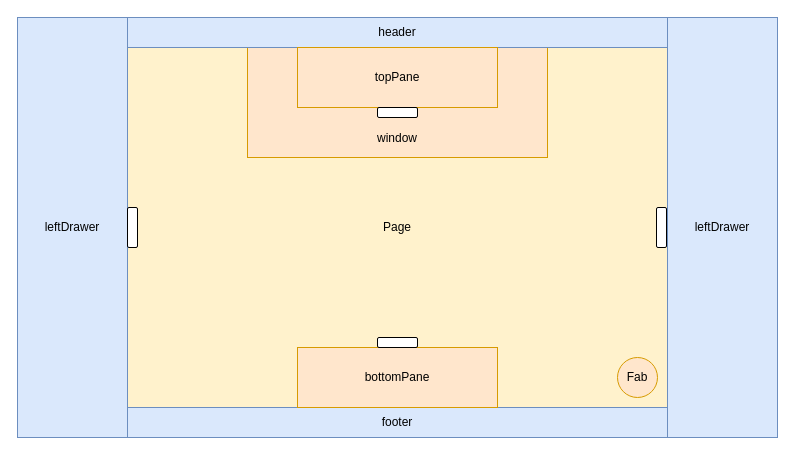
Above: page "Old" (1 of 2) of docs/assets/layout.drawio in kalisio/kdk (draw.io), before the change. Source tidied: cells renumbered, new cells numbered last; positions are measured from the earlier drawing's top-left corner, leaving out a move shared by most shapes. Both pictures are drawn from the tidied source at 100%, with x=0, y=0 at pixel (17, 17).
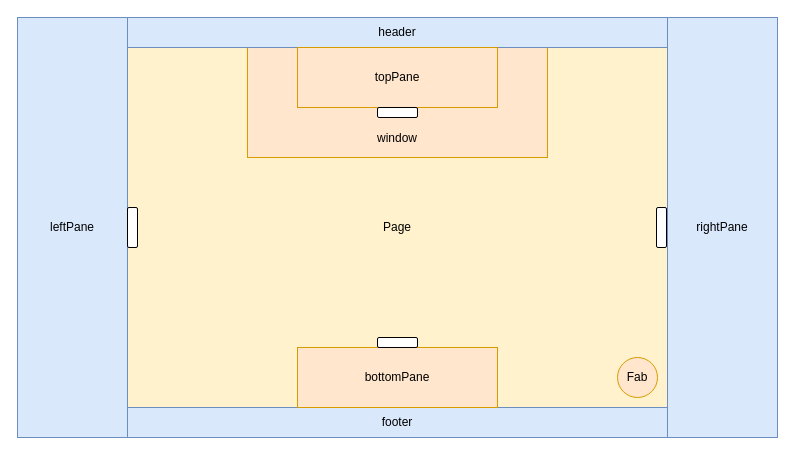
After the change.

Commit message (it also covers changes not shown here):
wip: provide theming guideline #285

Diff of the diagram source:
```diff
@@
 <mxGraphModel>
   <root>
     <mxCell id="0" />
     <mxCell id="1" parent="0" />
     <mxCell id="2" value="Page" style="rounded=0;whiteSpace=wrap;html=1;fillColor=#fff2cc;strokeColor=#d6b656;" parent="1" vertex="1">
       <mxGeometry x="110" y="30" width="540" height="360" as="geometry" />
     </mxCell>
     <mxCell id="3" value="&lt;br&gt;&lt;br&gt;&lt;br&gt;&lt;br&gt;&lt;br&gt;window" style="rounded=0;whiteSpace=wrap;html=1;fillColor=#ffe6cc;strokeColor=#d79b00;" parent="1" vertex="1">
       <mxGeometry x="230" y="30" width="300" height="110" as="geometry" />
     </mxCell>
     <mxCell id="4" value="header" style="rounded=0;whiteSpace=wrap;html=1;fillColor=#dae8fc;strokeColor=#6c8ebf;" parent="1" vertex="1">
       <mxGeometry x="110" width="540" height="30" as="geometry" />
     </mxCell>
     <mxCell id="5" value="footer" style="rounded=0;whiteSpace=wrap;html=1;fillColor=#dae8fc;strokeColor=#6c8ebf;" parent="1" vertex="1">
       <mxGeometry x="110" y="390" width="540" height="30" as="geometry" />
     </mxCell>
-    <mxCell id="6" value="leftDrawer" style="rounded=0;whiteSpace=wrap;html=1;fillColor=#dae8fc;strokeColor=#6c8ebf;" parent="1" vertex="1">
+    <mxCell id="6" value="leftPane" style="rounded=0;whiteSpace=wrap;html=1;fillColor=#dae8fc;strokeColor=#6c8ebf;" parent="1" vertex="1">
       <mxGeometry width="110" height="420" as="geometry" />
     </mxCell>
     <mxCell id="7" value="topPane" style="rounded=0;whiteSpace=wrap;html=1;fillColor=#ffe6cc;strokeColor=#d79b00;" parent="1" vertex="1">
       <mxGeometry x="280" y="30" width="200" height="60" as="geometry" />
     </mxCell>
     <mxCell id="8" value="bottomPane" style="rounded=0;whiteSpace=wrap;html=1;fillColor=#ffe6cc;strokeColor=#d79b00;" parent="1" vertex="1">
       <mxGeometry x="280" y="330" width="200" height="60" as="geometry" />
     </mxCell>
     <mxCell id="9" value="Fab" style="ellipse;whiteSpace=wrap;html=1;fillColor=#ffe6cc;strokeColor=#d79b00;" parent="1" vertex="1">
       <mxGeometry x="600" y="340" width="40" height="40" as="geometry" />
     </mxCell>
     <mxCell id="10" style="rounded=1;whiteSpace=wrap;html=1;" parent="1" vertex="1">
       <mxGeometry x="360" y="320" width="40" height="10" as="geometry" />
     </mxCell>
     <mxCell id="11" style="rounded=1;whiteSpace=wrap;html=1;" parent="1" vertex="1">
       <mxGeometry x="360" y="90" width="40" height="10" as="geometry" />
     </mxCell>
     <mxCell id="12" style="rounded=1;whiteSpace=wrap;html=1;rotation=-90;" parent="1" vertex="1">
       <mxGeometry x="95" y="205" width="40" height="10" as="geometry" />
     </mxCell>
     <mxCell id="13" style="rounded=1;whiteSpace=wrap;html=1;rotation=-90;" parent="1" vertex="1">
       <mxGeometry x="624" y="205" width="40" height="10" as="geometry" />
     </mxCell>
-    <mxCell id="14" value="leftDrawer" style="rounded=0;whiteSpace=wrap;html=1;fillColor=#dae8fc;strokeColor=#6c8ebf;" parent="1" vertex="1">
+    <mxCell id="14" value="rightPane" style="rounded=0;whiteSpace=wrap;html=1;fillColor=#dae8fc;strokeColor=#6c8ebf;" parent="1" vertex="1">
       <mxGeometry x="650" width="110" height="420" as="geometry" />
     </mxCell>
   </root>
 </mxGraphModel>
```
